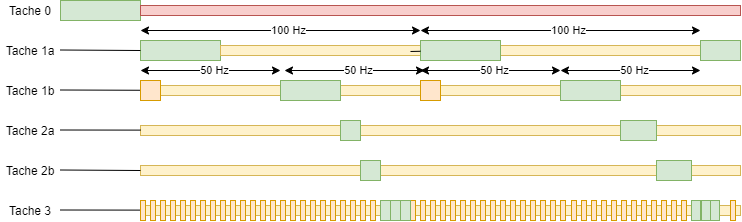
This is Diagramme partie 3.png from BrightEntity/de3_projet_rtos, a draw.io export, as it was before one commit. Source tidied: cells renumbered, new cells last; positions are measured from the earlier drawing's top-left corner, leaving out a move shared by most shapes.
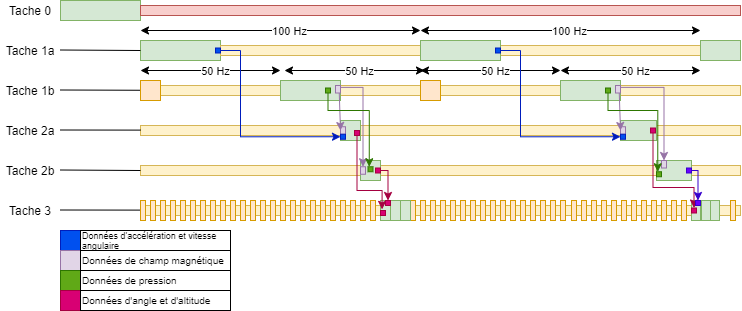
Above is the later version.

What changed in the source:
```diff
@@ -133,11 +133,6 @@
     <mxCell id="36" style="rounded=0;whiteSpace=wrap;html=1;fillColor=#d5e8d4;strokeColor=#82b366;" parent="1" vertex="1">
       <mxGeometry x="420" y="40" width="80" height="20" as="geometry" />
     </mxCell>
-    <mxCell id="37" style="endArrow=none;html=1;" parent="1" edge="1" target="36">
-      <mxGeometry relative="1" as="geometry">
-        <mxPoint x="410" y="51" as="sourcePoint" />
-      </mxGeometry>
-    </mxCell>
     <mxCell id="38" style="endArrow=classic;startArrow=classic;html=1;" parent="1" edge="1">
       <mxGeometry relative="1" as="geometry">
         <mxPoint x="420" y="70" as="sourcePoint" />
@@ -361,5 +356,164 @@
     <mxCell id="108" style="rounded=0;whiteSpace=wrap;html=1;fillColor=#d5e8d4;strokeColor=#82b366;" parent="1" vertex="1">
       <mxGeometry x="400" y="200" width="10" height="20" as="geometry" />
     </mxCell>
+    <mxCell id="109" style="edgeStyle=orthogonalEdgeStyle;rounded=0;jettySize=auto;html=1;exitX=1;exitY=0.25;exitDx=0;exitDy=0;entryX=0.5;entryY=0;entryDx=0;entryDy=0;fillColor=#e1d5e7;strokeColor=#9673a6;" parent="1" edge="1" source="110" target="113">
+      <mxGeometry relative="1" as="geometry" />
+    </mxCell>
+    <mxCell id="110" style="rounded=0;whiteSpace=wrap;html=1;fillColor=#e1d5e7;strokeColor=#9673a6;" parent="1" vertex="1">
+      <mxGeometry x="335" y="85" width="5" height="7.5" as="geometry" />
+    </mxCell>
+    <mxCell id="111" style="rounded=0;whiteSpace=wrap;html=1;fillColor=#e1d5e7;strokeColor=#9673a6;" parent="1" vertex="1">
+      <mxGeometry x="340" y="126.2" width="5" height="7.5" as="geometry" />
+    </mxCell>
+    <mxCell id="112" style="endArrow=classic;html=1;exitX=0.75;exitY=1;exitDx=0;exitDy=0;entryX=0;entryY=0.5;entryDx=0;entryDy=0;fillColor=#e1d5e7;strokeColor=#9673a6;" parent="1" edge="1" source="110" target="111">
+      <mxGeometry relative="1" as="geometry" />
+    </mxCell>
+    <mxCell id="113" style="rounded=0;whiteSpace=wrap;html=1;fillColor=#e1d5e7;strokeColor=#9673a6;" parent="1" vertex="1">
+      <mxGeometry x="360" y="166.2" width="5" height="7.5" as="geometry" />
+    </mxCell>
+    <mxCell id="114" style="edgeStyle=orthogonalEdgeStyle;rounded=0;jettySize=auto;html=1;exitX=0.5;exitY=1;exitDx=0;exitDy=0;entryX=0.25;entryY=0;entryDx=0;entryDy=0;fillColor=#60a917;strokeColor=#2D7600;" parent="1" edge="1" source="115" target="116">
+      <mxGeometry relative="1" as="geometry">
+        <Array as="points">
+          <mxPoint x="328" y="110" />
+          <mxPoint x="369" y="110" />
+        </Array>
+      </mxGeometry>
+    </mxCell>
+    <mxCell id="115" style="rounded=0;whiteSpace=wrap;html=1;fillColor=#60a917;strokeColor=#2D7600;fontColor=#ffffff;" parent="1" vertex="1">
+      <mxGeometry x="325" y="87.5" width="5" height="5" as="geometry" />
+    </mxCell>
+    <mxCell id="116" style="rounded=0;whiteSpace=wrap;html=1;fillColor=#60a917;strokeColor=#2D7600;fontColor=#ffffff;" parent="1" vertex="1">
+      <mxGeometry x="367.5" y="166.2" width="5" height="5" as="geometry" />
+    </mxCell>
+    <mxCell id="117" style="edgeStyle=orthogonalEdgeStyle;rounded=0;jettySize=auto;html=1;exitX=0.5;exitY=1;exitDx=0;exitDy=0;entryX=0.156;entryY=0.444;entryDx=0;entryDy=0;entryPerimeter=0;fillColor=#d80073;strokeColor=#A50040;" parent="1" edge="1" source="118" target="28">
+      <mxGeometry relative="1" as="geometry">
+        <Array as="points">
+          <mxPoint x="357" y="190" />
+          <mxPoint x="382" y="190" />
+        </Array>
+      </mxGeometry>
+    </mxCell>
+    <mxCell id="118" style="rounded=0;whiteSpace=wrap;html=1;fillColor=#d80073;strokeColor=#A50040;fontColor=#ffffff;" parent="1" vertex="1">
+      <mxGeometry x="354" y="130" width="5" height="5" as="geometry" />
+    </mxCell>
+    <mxCell id="119" style="rounded=0;whiteSpace=wrap;html=1;fillColor=#d80073;strokeColor=#A50040;fontColor=#ffffff;" parent="1" vertex="1">
+      <mxGeometry x="380" y="210" width="5" height="5" as="geometry" />
+    </mxCell>
+    <mxCell id="120" style="edgeStyle=orthogonalEdgeStyle;rounded=0;jettySize=auto;html=1;exitX=1;exitY=0.5;exitDx=0;exitDy=0;entryX=0.5;entryY=0;entryDx=0;entryDy=0;fillColor=#d80073;strokeColor=#A50040;" parent="1" edge="1" source="121" target="122">
+      <mxGeometry relative="1" as="geometry" />
+    </mxCell>
+    <mxCell id="121" style="rounded=0;whiteSpace=wrap;html=1;fillColor=#d80073;strokeColor=#A50040;fontColor=#ffffff;" parent="1" vertex="1">
+      <mxGeometry x="375" y="167.5" width="5" height="5" as="geometry" />
+    </mxCell>
+    <mxCell id="122" style="rounded=0;whiteSpace=wrap;html=1;fillColor=#d80073;strokeColor=#A50040;fontColor=#ffffff;" parent="1" vertex="1">
+      <mxGeometry x="385" y="200" width="5" height="5" as="geometry" />
+    </mxCell>
+    <mxCell id="123" style="rounded=0;whiteSpace=wrap;html=1;fillColor=#0050ef;strokeColor=#001DBC;fontColor=#ffffff;" parent="1" vertex="1">
+      <mxGeometry x="215" y="47.5" width="5" height="5" as="geometry" />
+    </mxCell>
+    <mxCell id="124" style="rounded=0;whiteSpace=wrap;html=1;fillColor=#0050ef;strokeColor=#001DBC;fontColor=#ffffff;" parent="1" vertex="1">
+      <mxGeometry x="340" y="133.8" width="5" height="5" as="geometry" />
+    </mxCell>
+    <mxCell id="125" style="edgeStyle=orthogonalEdgeStyle;rounded=0;jettySize=auto;html=1;exitX=0;exitY=0.5;exitDx=0;exitDy=0;entryX=0;entryY=0.5;entryDx=0;entryDy=0;fillColor=#0050ef;strokeColor=#001DBC;" parent="1" edge="1" source="16" target="124">
+      <mxGeometry relative="1" as="geometry">
+        <Array as="points">
+          <mxPoint x="240" y="50" />
+          <mxPoint x="240" y="136" />
+        </Array>
+      </mxGeometry>
+    </mxCell>
+    <mxCell id="126" style="edgeStyle=orthogonalEdgeStyle;rounded=0;jettySize=auto;html=1;exitX=1;exitY=0.25;exitDx=0;exitDy=0;entryX=0.5;entryY=0;entryDx=0;entryDy=0;fillColor=#e1d5e7;strokeColor=#9673a6;" parent="1" edge="1" source="127" target="130">
+      <mxGeometry relative="1" as="geometry" />
+    </mxCell>
+    <mxCell id="127" style="rounded=0;whiteSpace=wrap;html=1;fillColor=#e1d5e7;strokeColor=#9673a6;" parent="1" vertex="1">
+      <mxGeometry x="615" y="85" width="5" height="7.5" as="geometry" />
+    </mxCell>
+    <mxCell id="128" style="rounded=0;whiteSpace=wrap;html=1;fillColor=#e1d5e7;strokeColor=#9673a6;" parent="1" vertex="1">
+      <mxGeometry x="620" y="126.2" width="5" height="7.5" as="geometry" />
+    </mxCell>
+    <mxCell id="129" style="endArrow=classic;html=1;exitX=0.75;exitY=1;exitDx=0;exitDy=0;entryX=0;entryY=0.5;entryDx=0;entryDy=0;fillColor=#e1d5e7;strokeColor=#9673a6;" parent="1" edge="1" source="127" target="128">
+      <mxGeometry relative="1" as="geometry" />
+    </mxCell>
+    <mxCell id="130" style="rounded=0;whiteSpace=wrap;html=1;fillColor=#e1d5e7;strokeColor=#9673a6;" parent="1" vertex="1">
+      <mxGeometry x="661" y="160" width="5" height="7.5" as="geometry" />
+    </mxCell>
+    <mxCell id="131" style="edgeStyle=orthogonalEdgeStyle;rounded=0;jettySize=auto;html=1;exitX=0.5;exitY=1;exitDx=0;exitDy=0;entryX=0.25;entryY=0;entryDx=0;entryDy=0;fillColor=#60a917;strokeColor=#2D7600;" parent="1" edge="1" source="132" target="133">
+      <mxGeometry relative="1" as="geometry">
+        <Array as="points">
+          <mxPoint x="608" y="110" />
+          <mxPoint x="657" y="110" />
+          <mxPoint x="657" y="171" />
+        </Array>
+      </mxGeometry>
+    </mxCell>
+    <mxCell id="132" style="rounded=0;whiteSpace=wrap;html=1;fillColor=#60a917;strokeColor=#2D7600;fontColor=#ffffff;" parent="1" vertex="1">
+      <mxGeometry x="605" y="87.5" width="5" height="5" as="geometry" />
+    </mxCell>
+    <mxCell id="133" style="rounded=0;whiteSpace=wrap;html=1;fillColor=#60a917;strokeColor=#2D7600;fontColor=#ffffff;" parent="1" vertex="1">
+      <mxGeometry x="656" y="171.2" width="5" height="5" as="geometry" />
+    </mxCell>
+    <mxCell id="134" style="edgeStyle=orthogonalEdgeStyle;rounded=0;jettySize=auto;html=1;exitX=0.5;exitY=1;exitDx=0;exitDy=0;entryX=0.5;entryY=0;entryDx=0;entryDy=0;fillColor=#d80073;strokeColor=#A50040;" parent="1" edge="1" source="135" target="136">
+      <mxGeometry relative="1" as="geometry">
+        <Array as="points">
+          <mxPoint x="653" y="187" />
+          <mxPoint x="694" y="187" />
+          <mxPoint x="694" y="207" />
+        </Array>
+      </mxGeometry>
+    </mxCell>
+    <mxCell id="135" style="rounded=0;whiteSpace=wrap;html=1;fillColor=#d80073;strokeColor=#A50040;fontColor=#ffffff;" parent="1" vertex="1">
+      <mxGeometry x="650" y="127.5" width="5" height="5" as="geometry" />
+    </mxCell>
+    <mxCell id="136" style="rounded=0;whiteSpace=wrap;html=1;fillColor=#d80073;strokeColor=#A50040;fontColor=#ffffff;" parent="1" vertex="1">
+      <mxGeometry x="691" y="207.5" width="5" height="5" as="geometry" />
+    </mxCell>
+    <mxCell id="137" style="edgeStyle=orthogonalEdgeStyle;rounded=0;jettySize=auto;html=1;exitX=1;exitY=0.5;exitDx=0;exitDy=0;entryX=0.5;entryY=0;entryDx=0;entryDy=0;fillColor=#6a00ff;strokeColor=#3700CC;" parent="1" edge="1" source="138" target="139">
+      <mxGeometry relative="1" as="geometry" />
+    </mxCell>
+    <mxCell id="138" style="rounded=0;whiteSpace=wrap;html=1;fillColor=#6a00ff;strokeColor=#3700CC;fontColor=#ffffff;" parent="1" vertex="1">
+      <mxGeometry x="686" y="167.5" width="5" height="5" as="geometry" />
+    </mxCell>
+    <mxCell id="139" style="rounded=0;whiteSpace=wrap;html=1;fillColor=#6a00ff;strokeColor=#3700CC;fontColor=#ffffff;" parent="1" vertex="1">
+      <mxGeometry x="695" y="200" width="5" height="5" as="geometry" />
+    </mxCell>
+    <mxCell id="140" style="rounded=0;whiteSpace=wrap;html=1;fillColor=#0050ef;strokeColor=#001DBC;fontColor=#ffffff;" parent="1" vertex="1">
+      <mxGeometry x="495" y="47.5" width="5" height="5" as="geometry" />
+    </mxCell>
+    <mxCell id="141" style="rounded=0;whiteSpace=wrap;html=1;fillColor=#0050ef;strokeColor=#001DBC;fontColor=#ffffff;" parent="1" vertex="1">
+      <mxGeometry x="620" y="133.8" width="5" height="5" as="geometry" />
+    </mxCell>
+    <mxCell id="142" style="edgeStyle=orthogonalEdgeStyle;rounded=0;jettySize=auto;html=1;exitX=0;exitY=0.5;exitDx=0;exitDy=0;entryX=0;entryY=0.5;entryDx=0;entryDy=0;fillColor=#0050ef;strokeColor=#001DBC;" parent="1" edge="1" target="141">
+      <mxGeometry relative="1" as="geometry">
+        <mxPoint x="500" y="50" as="sourcePoint" />
+        <Array as="points">
+          <mxPoint x="520" y="50" />
+          <mxPoint x="520" y="136" />
+        </Array>
+      </mxGeometry>
+    </mxCell>
+    <mxCell id="143" style="rounded=0;whiteSpace=wrap;html=1;fillColor=#0050ef;strokeColor=#001DBC;fontColor=#ffffff;" parent="1" vertex="1">
+      <mxGeometry x="60" y="230" width="20" height="20" as="geometry" />
+    </mxCell>
+    <mxCell id="144" value="Données d'accélération et vitesse angulaire" style="text;html=1;fillColor=none;align=left;verticalAlign=middle;whiteSpace=wrap;rounded=0;strokeColor=#000000;fontSize=9;" parent="1" vertex="1">
+      <mxGeometry x="80" y="230" width="150" height="20" as="geometry" />
+    </mxCell>
+    <mxCell id="145" style="rounded=0;whiteSpace=wrap;html=1;fillColor=#e1d5e7;strokeColor=#9673a6;" parent="1" vertex="1">
+      <mxGeometry x="60" y="250" width="20" height="20" as="geometry" />
+    </mxCell>
+    <mxCell id="146" value="Données de champ magnétique" style="text;html=1;fillColor=none;align=left;verticalAlign=middle;whiteSpace=wrap;rounded=0;strokeColor=#000000;fontSize=10;" parent="1" vertex="1">
+      <mxGeometry x="80" y="250" width="150" height="20" as="geometry" />
+    </mxCell>
+    <mxCell id="147" style="rounded=0;whiteSpace=wrap;html=1;fillColor=#60a917;strokeColor=#2D7600;fontColor=#ffffff;" parent="1" vertex="1">
+      <mxGeometry x="60" y="270" width="20" height="20" as="geometry" />
+    </mxCell>
+    <mxCell id="148" value="Données de pression" style="text;html=1;fillColor=none;align=left;verticalAlign=middle;whiteSpace=wrap;rounded=0;strokeColor=#000000;fontSize=10;" parent="1" vertex="1">
+      <mxGeometry x="80" y="270" width="150" height="20" as="geometry" />
+    </mxCell>
+    <mxCell id="149" style="rounded=0;whiteSpace=wrap;html=1;fillColor=#d80073;strokeColor=#A50040;fontColor=#ffffff;" parent="1" vertex="1">
+      <mxGeometry x="60" y="290" width="20" height="20" as="geometry" />
+    </mxCell>
+    <mxCell id="150" value="Données d'angle et d'altitude" style="text;html=1;fillColor=none;align=left;verticalAlign=middle;whiteSpace=wrap;rounded=0;strokeColor=#000000;fontSize=10;" parent="1" vertex="1">
+      <mxGeometry x="80" y="290" width="150" height="20" as="geometry" />
+    </mxCell>
   </root>
 </mxGraphModel>
```
